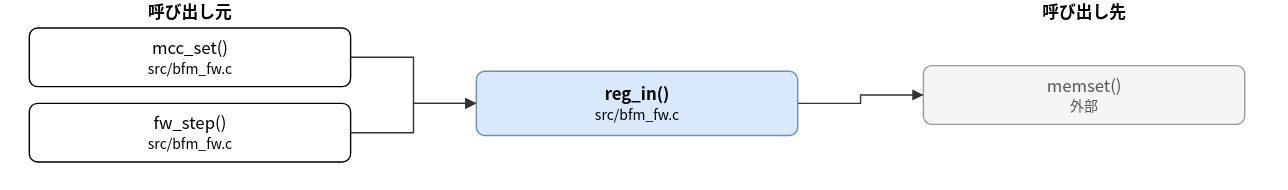
Above: doc/spec/images/call_src_bfm_fw-reg_in.drawio.svg in hf355051012-ai/bfmem (draw.io), before the change. Source tidied: cells renumbered, new cells last; positions are measured from the earlier drawing's top-left corner, leaving out a move shared by most shapes.
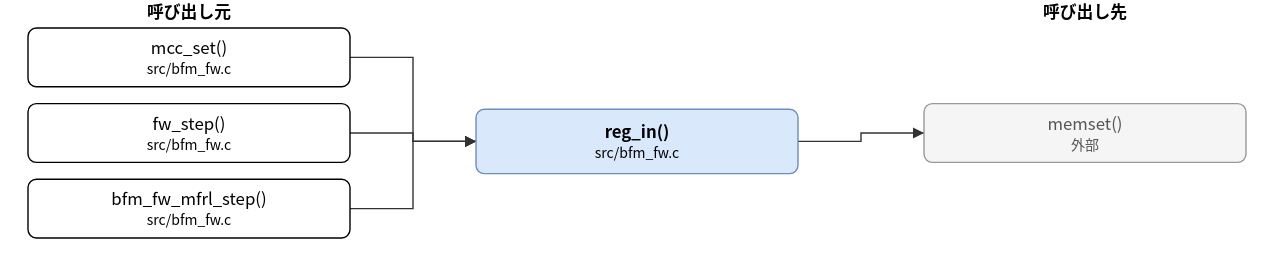
The same file after the commit.

Diff of the diagram source:
```diff
@@ -3,7 +3,7 @@
     <mxCell id="0" />
     <mxCell id="1" parent="0" />
     <mxCell id="2" value="reg_in()&lt;br&gt;&lt;font style=&quot;font-size:10px&quot;&gt;src/bfm_fw.c&lt;/font&gt;" style="rounded=1;whiteSpace=wrap;html=1;fillColor=#dae8fc;strokeColor=#6c8ebf;fontStyle=1;" parent="1" vertex="1">
-      <mxGeometry x="320" y="51" width="230" height="46" as="geometry" />
+      <mxGeometry x="320" y="78" width="230" height="46" as="geometry" />
     </mxCell>
     <mxCell id="3" value="mcc_set()&lt;br&gt;&lt;font style=&quot;font-size:10px&quot;&gt;src/bfm_fw.c&lt;/font&gt;" style="rounded=1;whiteSpace=wrap;html=1;" parent="1" vertex="1">
       <mxGeometry y="20" width="230" height="42" as="geometry" />
@@ -11,14 +11,17 @@
     <mxCell id="4" value="fw_step()&lt;br&gt;&lt;font style=&quot;font-size:10px&quot;&gt;src/bfm_fw.c&lt;/font&gt;" style="rounded=1;whiteSpace=wrap;html=1;" parent="1" vertex="1">
       <mxGeometry y="74" width="230" height="42" as="geometry" />
     </mxCell>
+    <mxCell id="11" value="bfm_fw_mfrl_step()&lt;br&gt;&lt;font style=&quot;font-size:10px&quot;&gt;src/bfm_fw.c&lt;/font&gt;" style="rounded=1;whiteSpace=wrap;html=1;" parent="1" vertex="1">
+      <mxGeometry y="128" width="230" height="42" as="geometry" />
+    </mxCell>
     <mxCell id="5" value="memset()&lt;br&gt;&lt;font style=&quot;font-size:10px&quot;&gt;外部&lt;/font&gt;" style="rounded=1;whiteSpace=wrap;html=1;fillColor=#f5f5f5;strokeColor=#999999;fontColor=#555555;" parent="1" vertex="1">
-      <mxGeometry x="640" y="47" width="230" height="42" as="geometry" />
+      <mxGeometry x="640" y="74" width="230" height="42" as="geometry" />
     </mxCell>
     <mxCell id="6" style="edgeStyle=none;html=1;rounded=0;endArrow=block;endFill=1;exitX=1.0000;exitY=0.5000;exitDx=0;exitDy=0;exitPerimeter=0;entryX=0.0000;entryY=0.5000;entryDx=0;entryDy=0;entryPerimeter=0;" parent="1" edge="1" source="3" target="2">
       <mxGeometry relative="1" as="geometry">
         <Array as="points">
           <mxPoint x="275" y="41" />
-          <mxPoint x="275" y="74" />
+          <mxPoint x="275" y="101" />
         </Array>
       </mxGeometry>
     </mxCell>
@@ -26,18 +29,26 @@
       <mxGeometry relative="1" as="geometry">
         <Array as="points">
           <mxPoint x="275" y="95" />
-          <mxPoint x="275" y="74" />
+          <mxPoint x="275" y="101" />
         </Array>
       </mxGeometry>
     </mxCell>
-    <mxCell id="8" style="edgeStyle=none;html=1;rounded=0;endArrow=block;endFill=1;exitX=1.0000;exitY=0.5000;exitDx=0;exitDy=0;exitPerimeter=0;entryX=0.0000;entryY=0.5000;entryDx=0;entryDy=0;entryPerimeter=0;" parent="1" edge="1" source="2" target="5">
+    <mxCell id="8" style="edgeStyle=none;html=1;rounded=0;endArrow=block;endFill=1;exitX=1.0000;exitY=0.5000;exitDx=0;exitDy=0;exitPerimeter=0;entryX=0.0000;entryY=0.5000;entryDx=0;entryDy=0;entryPerimeter=0;" parent="1" edge="1" source="11" target="2">
       <mxGeometry relative="1" as="geometry">
         <Array as="points">
-          <mxPoint x="595" y="74" />
-          <mxPoint x="595" y="68" />
+          <mxPoint x="275" y="149" />
+          <mxPoint x="275" y="101" />
         </Array>
       </mxGeometry>
     </mxCell>
+    <mxCell id="12" style="edgeStyle=none;html=1;rounded=0;endArrow=block;endFill=1;exitX=1.0000;exitY=0.5000;exitDx=0;exitDy=0;exitPerimeter=0;entryX=0.0000;entryY=0.5000;entryDx=0;entryDy=0;entryPerimeter=0;" parent="1" edge="1" source="2" target="5">
+      <mxGeometry relative="1" as="geometry">
+        <Array as="points">
+          <mxPoint x="595" y="101" />
+          <mxPoint x="595" y="95" />
+        </Array>
+      </mxGeometry>
+    </mxCell>
     <mxCell id="9" value="呼び出し元" style="text;html=1;align=center;fontStyle=1;" parent="1" vertex="1">
       <mxGeometry x="35" width="160" height="18" as="geometry" />
     </mxCell>
```
